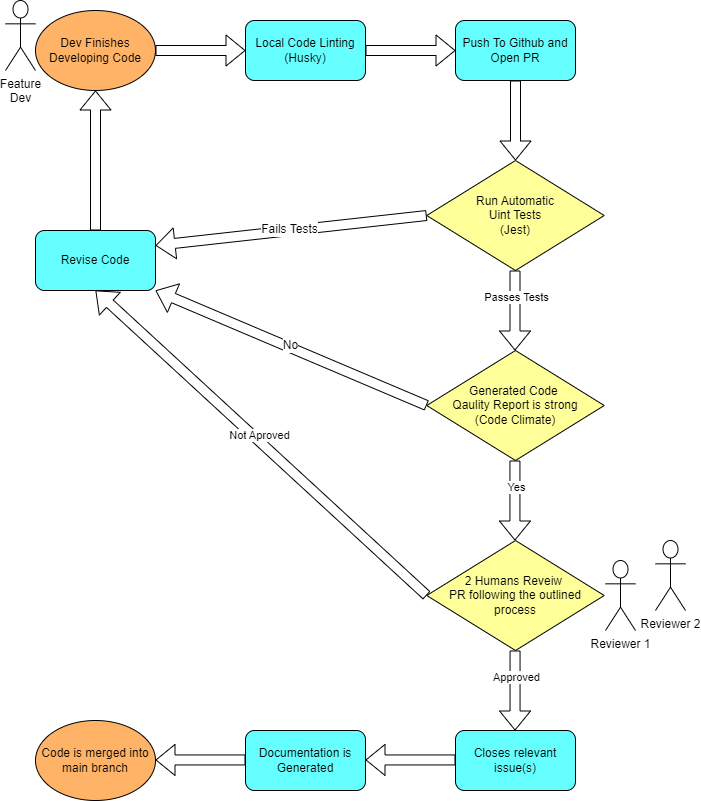
The draw.io diagram admin/cipipeline/phase1.drawio.png in cse110-sp25-group11/cse110-sp25-group11, before a commit. Source tidied: cells renumbered, new cells last; positions are measured from the earlier drawing's top-left corner, leaving out a move shared by most shapes.
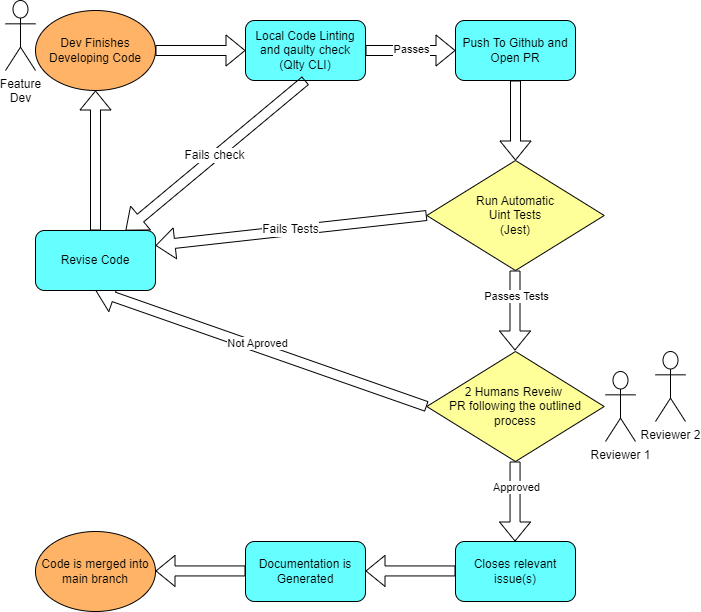
After the commit.

Commit message:
updated pipeline diagram

Change to the diagram source:
```diff
@@ -10,7 +10,7 @@
         <mxPoint x="240" y="50" as="targetPoint" />
       </mxGeometry>
     </mxCell>
-    <mxCell id="4" value="Local Code Linting (Husky)" style="rounded=1;whiteSpace=wrap;html=1;fillColor=#66FFFF;" parent="1" vertex="1">
+    <mxCell id="4" value="Local Code Linting and qaulty check (Qlty CLI)" style="rounded=1;whiteSpace=wrap;html=1;fillColor=#66FFFF;" parent="1" vertex="1">
       <mxGeometry x="240" y="20" width="120" height="60" as="geometry" />
     </mxCell>
     <mxCell id="5" style="shape=flexArrow;endArrow=classic;html=1;exitX=1;exitY=0.5;exitDx=0;exitDy=0;" parent="1" edge="1">
@@ -19,6 +19,9 @@
         <mxPoint x="450" y="50" as="targetPoint" />
       </mxGeometry>
     </mxCell>
+    <mxCell id="33" value="Passes" style="edgeLabel;html=1;align=center;verticalAlign=middle;" parent="5" vertex="1">
+      <mxGeometry y="2" relative="1" as="geometry" />
+    </mxCell>
     <mxCell id="6" value="Push To Github and Open PR" style="rounded=1;whiteSpace=wrap;html=1;fillColor=#66FFFF;" parent="1" vertex="1">
       <mxGeometry x="450" y="20" width="120" height="60" as="geometry" />
     </mxCell>
@@ -45,26 +48,14 @@
     <mxCell id="12" value="Passes Tests" style="edgeLabel;html=1;align=center;verticalAlign=middle;" parent="11" vertex="1">
       <mxGeometry x="-0.35" y="1" relative="1" as="geometry" />
     </mxCell>
-    <mxCell id="13" value="Generated Code&amp;nbsp;&lt;div&gt;Qaulity&amp;nbsp;&lt;span style=&quot;background-color: transparent;&quot;&gt;Report is strong&lt;/span&gt;&lt;div&gt;(Code Climate)&lt;/div&gt;&lt;/div&gt;" style="rhombus;whiteSpace=wrap;html=1;shadow=0;fillColor=#FFFF99;" parent="1" vertex="1">
-      <mxGeometry x="421.2" y="350" width="177.5" height="110" as="geometry" />
-    </mxCell>
-    <mxCell id="14" style="shape=flexArrow;endArrow=classic;html=1;exitX=0;exitY=0.5;exitDx=0;exitDy=0;entryX=1;entryY=1;entryDx=0;entryDy=0;" parent="1" edge="1" source="13" target="31">
+    <mxCell id="14" style="shape=flexArrow;endArrow=classic;html=1;entryX=0.75;entryY=0;entryDx=0;entryDy=0;exitX=0.5;exitY=1;exitDx=0;exitDy=0;" parent="1" edge="1" source="4" target="31">
       <mxGeometry relative="1" as="geometry" />
     </mxCell>
-    <mxCell id="15" value="&lt;span style=&quot;font-size: 12px;&quot;&gt;No&lt;/span&gt;" style="edgeLabel;html=1;align=center;verticalAlign=middle;" parent="14" vertex="1">
+    <mxCell id="15" value="&lt;span style=&quot;font-size: 12px;&quot;&gt;Fails check&lt;/span&gt;" style="edgeLabel;html=1;align=center;verticalAlign=middle;" parent="14" vertex="1">
       <mxGeometry x="0.01" y="-2" relative="1" as="geometry" />
     </mxCell>
-    <mxCell id="16" style="shape=flexArrow;endArrow=classic;html=1;exitX=0.5;exitY=1;exitDx=0;exitDy=0;" parent="1" edge="1">
-      <mxGeometry relative="1" as="geometry">
-        <mxPoint x="509.4" y="460" as="sourcePoint" />
-        <mxPoint x="509.4" y="540" as="targetPoint" />
-      </mxGeometry>
-    </mxCell>
-    <mxCell id="17" value="Yes" style="edgeLabel;html=1;align=center;verticalAlign=middle;" parent="16" vertex="1">
-      <mxGeometry x="-0.35" y="1" relative="1" as="geometry" />
-    </mxCell>
     <mxCell id="18" value="2 Humans Reveiw&amp;nbsp;&lt;div&gt;PR&amp;nbsp;&lt;span style=&quot;background-color: transparent;&quot;&gt;following the outlined&lt;/span&gt;&lt;div&gt;process&lt;/div&gt;&lt;/div&gt;" style="rhombus;whiteSpace=wrap;html=1;shadow=0;fillColor=#FFFF99;" parent="1" vertex="1">
-      <mxGeometry x="421.2" y="540" width="177.5" height="110" as="geometry" />
+      <mxGeometry x="421.2" y="351" width="177.5" height="110" as="geometry" />
     </mxCell>
     <mxCell id="19" style="shape=flexArrow;endArrow=classic;html=1;exitX=0;exitY=0.5;exitDx=0;exitDy=0;entryX=0.5;entryY=1;entryDx=0;entryDy=0;" parent="1" edge="1" source="18" target="31">
       <mxGeometry relative="1" as="geometry" />
@@ -74,42 +65,42 @@
     </mxCell>
     <mxCell id="21" style="shape=flexArrow;endArrow=classic;html=1;exitX=0.5;exitY=1;exitDx=0;exitDy=0;" parent="1" edge="1">
       <mxGeometry relative="1" as="geometry">
-        <mxPoint x="509.6" y="650" as="sourcePoint" />
-        <mxPoint x="509.6" y="730" as="targetPoint" />
+        <mxPoint x="509.6" y="461" as="sourcePoint" />
+        <mxPoint x="509.6" y="541" as="targetPoint" />
       </mxGeometry>
     </mxCell>
     <mxCell id="22" value="Approved" style="edgeLabel;html=1;align=center;verticalAlign=middle;" parent="21" vertex="1">
       <mxGeometry x="-0.35" y="1" relative="1" as="geometry" />
     </mxCell>
     <mxCell id="23" value="Documentation is Generated" style="rounded=1;whiteSpace=wrap;html=1;fillColor=#66FFFF;" parent="1" vertex="1">
-      <mxGeometry x="240" y="730" width="120" height="60" as="geometry" />
+      <mxGeometry x="240" y="541" width="120" height="60" as="geometry" />
     </mxCell>
     <mxCell id="24" style="shape=flexArrow;endArrow=classic;html=1;exitX=1;exitY=0.5;exitDx=0;exitDy=0;" parent="1" edge="1">
       <mxGeometry relative="1" as="geometry">
-        <mxPoint x="240" y="759.4" as="sourcePoint" />
-        <mxPoint x="150" y="759.4" as="targetPoint" />
+        <mxPoint x="240" y="570.4" as="sourcePoint" />
+        <mxPoint x="150" y="570.4" as="targetPoint" />
       </mxGeometry>
     </mxCell>
     <mxCell id="25" value="&lt;span style=&quot;color: rgb(0, 0, 0);&quot;&gt;Code is merged into main branch&lt;/span&gt;" style="ellipse;whiteSpace=wrap;html=1;fillColor=#FFB366;strokeColor=default;" parent="1" vertex="1">
-      <mxGeometry x="30" y="720" width="120" height="80" as="geometry" />
+      <mxGeometry x="30" y="531" width="120" height="80" as="geometry" />
     </mxCell>
     <mxCell id="26" value="Closes relevant&lt;div&gt;issue(s)&lt;/div&gt;" style="rounded=1;whiteSpace=wrap;html=1;fillColor=#66FFFF;" parent="1" vertex="1">
-      <mxGeometry x="450" y="730" width="120" height="60" as="geometry" />
+      <mxGeometry x="450" y="541" width="120" height="60" as="geometry" />
     </mxCell>
     <mxCell id="27" style="shape=flexArrow;endArrow=classic;html=1;exitX=1;exitY=0.5;exitDx=0;exitDy=0;" parent="1" edge="1">
       <mxGeometry relative="1" as="geometry">
-        <mxPoint x="450" y="759.4" as="sourcePoint" />
-        <mxPoint x="360" y="759.4" as="targetPoint" />
+        <mxPoint x="450" y="570.4" as="sourcePoint" />
+        <mxPoint x="360" y="570.4" as="targetPoint" />
       </mxGeometry>
     </mxCell>
     <mxCell id="28" value="Feature&lt;div&gt;Dev&lt;/div&gt;" style="shape=umlActor;verticalLabelPosition=bottom;verticalAlign=top;html=1;" parent="1" vertex="1">
       <mxGeometry width="30" height="70" as="geometry" />
     </mxCell>
     <mxCell id="29" value="Reviewer 2" style="shape=umlActor;verticalLabelPosition=bottom;verticalAlign=top;html=1;" parent="1" vertex="1">
-      <mxGeometry x="650" y="540" width="30" height="70" as="geometry" />
+      <mxGeometry x="650" y="351" width="30" height="70" as="geometry" />
     </mxCell>
     <mxCell id="30" value="&lt;span style=&quot;color: rgb(0, 0, 0);&quot;&gt;Reviewer 1&lt;/span&gt;" style="shape=umlActor;verticalLabelPosition=bottom;verticalAlign=top;html=1;" parent="1" vertex="1">
-      <mxGeometry x="600" y="560" width="30" height="70" as="geometry" />
+      <mxGeometry x="600" y="371" width="30" height="70" as="geometry" />
     </mxCell>
     <mxCell id="31" value="Revise Code" style="rounded=1;whiteSpace=wrap;html=1;fillColor=#66FFFF;" parent="1" vertex="1">
       <mxGeometry x="30" y="230" width="120" height="60" as="geometry" />
```
